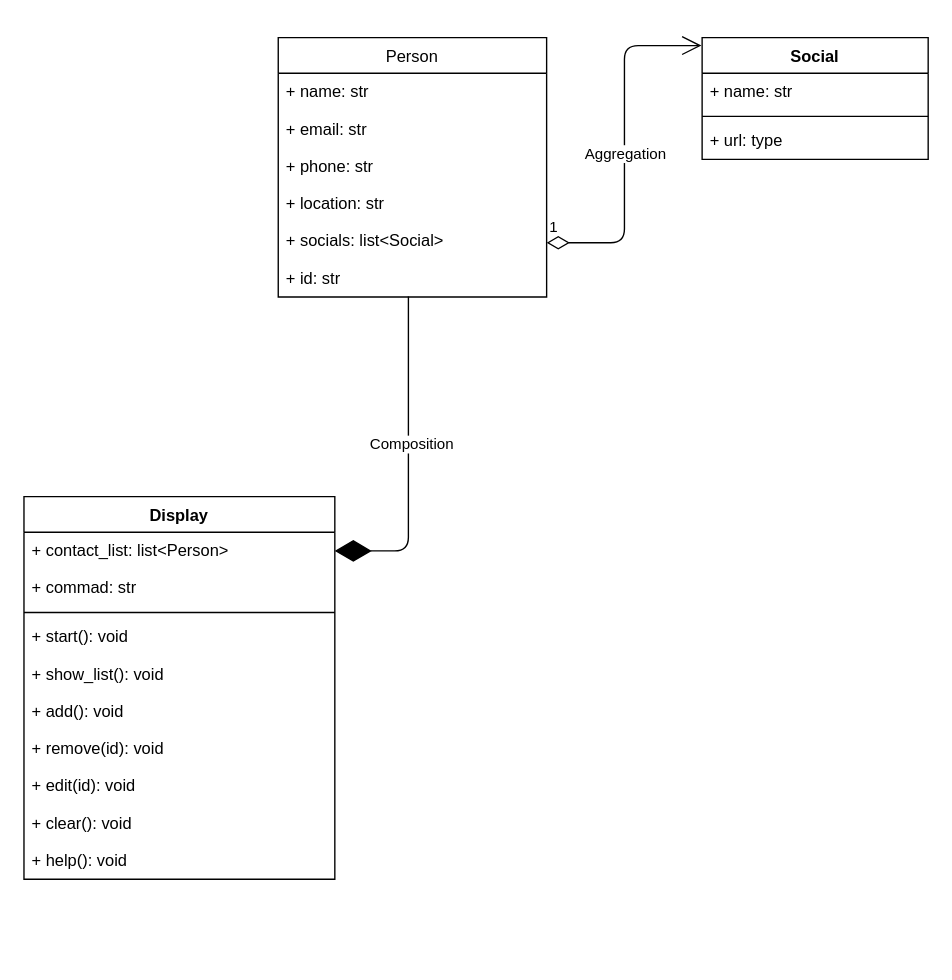
Before: UML_Diagram/Contact_list.drawio in fahimfaisaal/contact_list_app, a draw.io diagram. Source tidied: cells renumbered, new cells numbered last; positions are measured from the earlier drawing's top-left corner, leaving out a move shared by most shapes. Both pictures are drawn from the tidied source at 137%, with x=0, y=0 at pixel (23, 37).
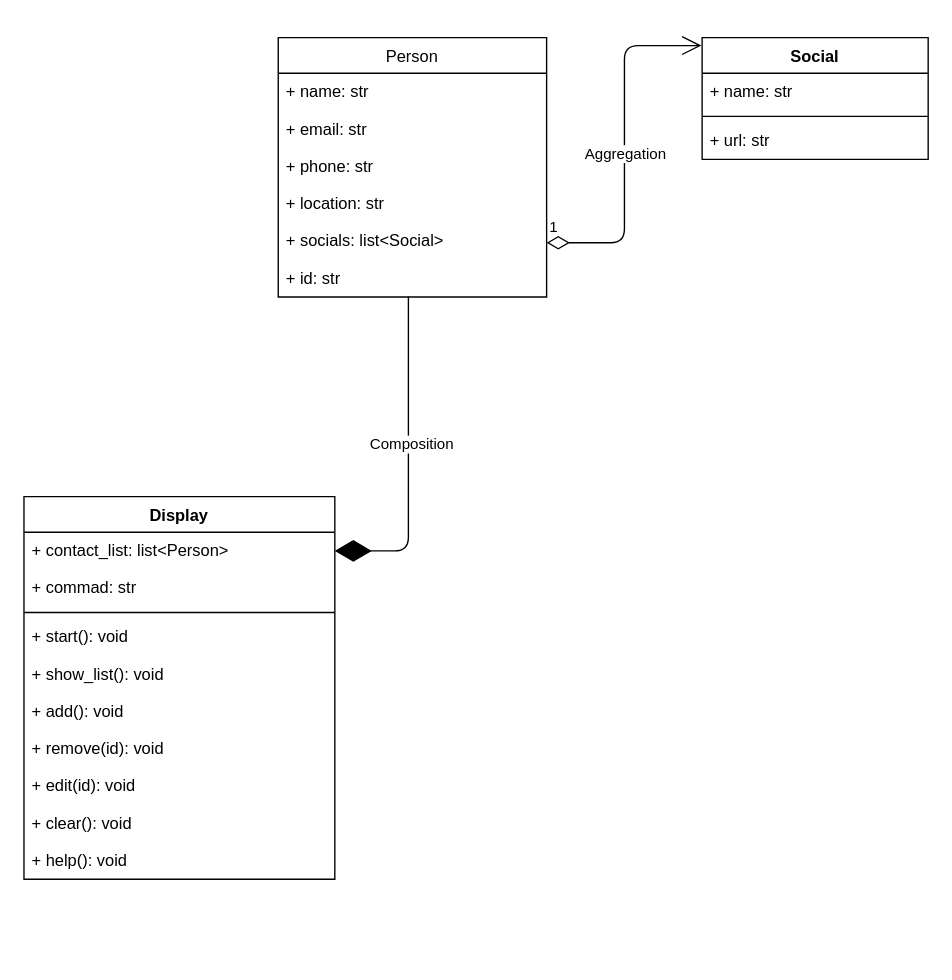
After the change.

The change refers to these unchanged cells:
```xml
<mxCell id="10" value="Social" style="swimlane;fontStyle=1;align=center;verticalAlign=top;horizontal=1;startSize=26;" parent="2" vertex="1">
  <mxGeometry x="495" width="165" height="88.8" as="geometry" />
</mxCell>
```

Diff of the diagram source:
```diff
@@
-    <mxCell id="13" value="+ url: type" style="text;strokeColor=none;fillColor=none;align=left;verticalAlign=top;spacingLeft=4;spacingRight=4;overflow=hidden;" parent="10" vertex="1">
+    <mxCell id="13" value="+ url: str&#10;" style="text;strokeColor=none;fillColor=none;align=left;verticalAlign=top;spacingLeft=4;spacingRight=4;overflow=hidden;" parent="10" vertex="1">
       <mxGeometry y="61.6" width="165" height="27.2" as="geometry" />
     </mxCell>
```
